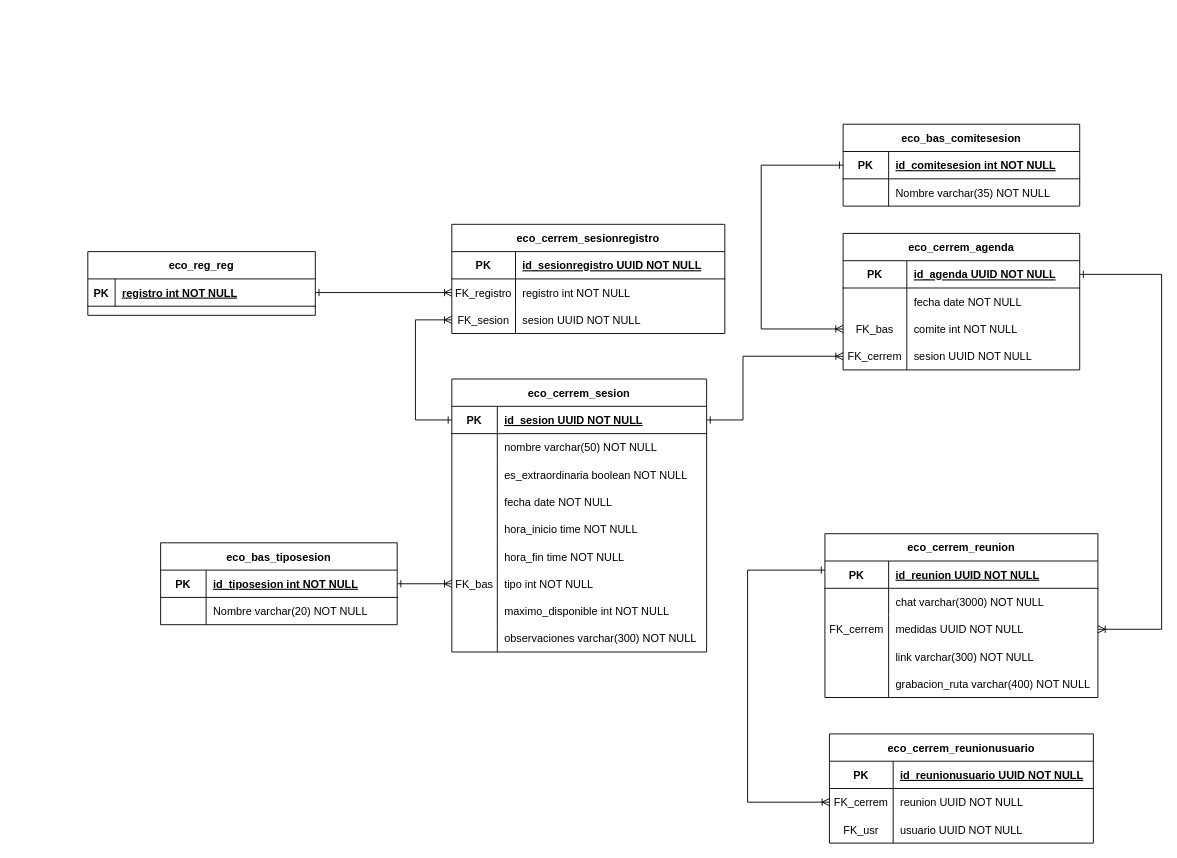
Before: SER/ER-CERREM-V2.drawio in HanaPinilla/Diagramas-DB, a draw.io diagram. Source tidied: cells renumbered, new cells numbered last; positions are measured from the earlier drawing's top-left corner, leaving out a move shared by most shapes. Both pictures are drawn from the tidied source at 91%, with x=0, y=0 at pixel (87, 124).
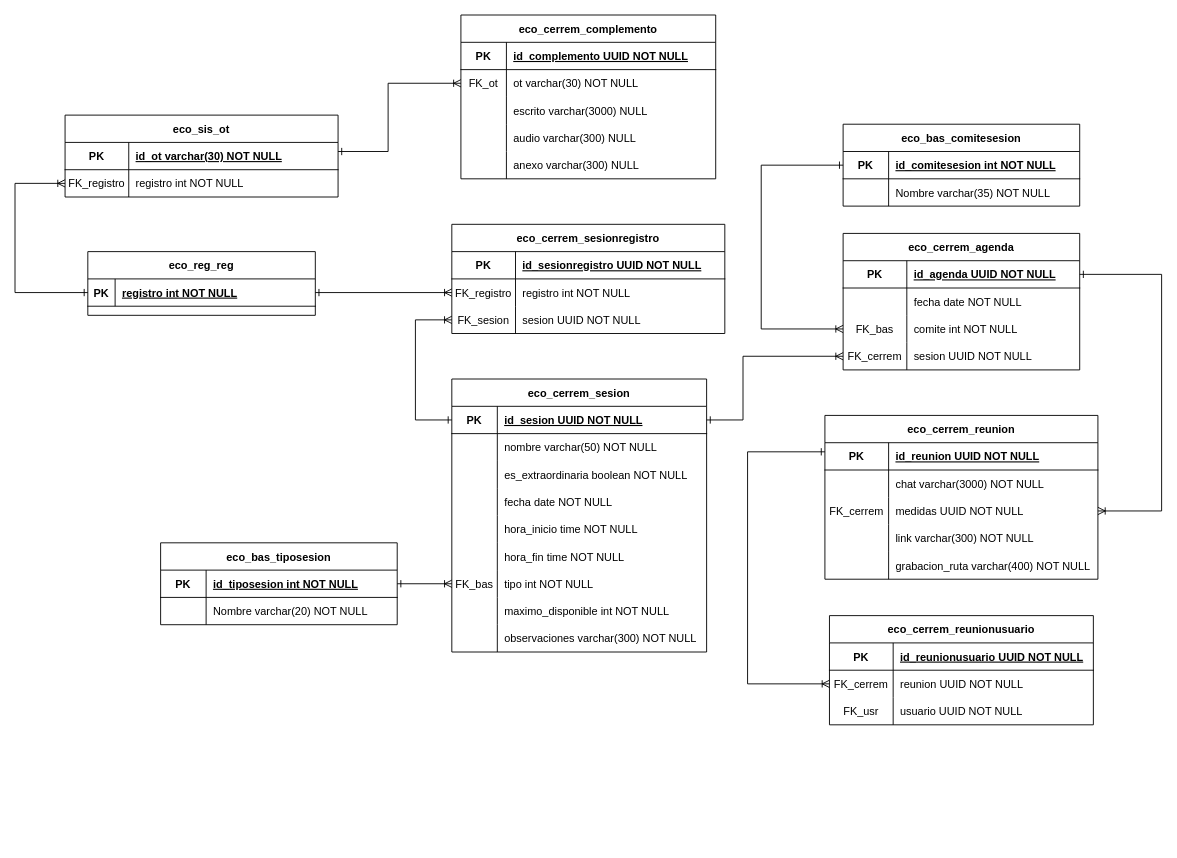
The same diagram, later.

Unchanged cells that the change refers to:
```xml
<mxCell id="41" style="shape=partialRectangle;fillColor=none;points=[[0,0.5],[1,0.5]];portConstraint=eastwest;top=0;left=0;right=0;bottom=1;" parent="40" vertex="1">
  <mxGeometry y="30" width="250" height="30" as="geometry" />
</mxCell>
<mxCell id="63" style="shape=partialRectangle;fillColor=none;points=[[0,0.5],[1,0.5]];portConstraint=eastwest;top=0;left=0;right=0;bottom=1;" parent="62" vertex="1">
  <mxGeometry y="30" width="260" height="30" as="geometry" />
</mxCell>
<mxCell id="80" style="shape=partialRectangle;fillColor=none;points=[[0,0.5],[1,0.5]];portConstraint=eastwest;top=0;left=0;right=0;bottom=0;" parent="76" vertex="1">
  <mxGeometry y="60" width="290" height="30" as="geometry" />
</mxCell>
<mxCell id="87" style="shape=partialRectangle;fillColor=none;points=[[0,0.5],[1,0.5]];portConstraint=eastwest;top=0;left=0;right=0;bottom=1;" parent="86" vertex="1">
  <mxGeometry y="30" width="300" height="30" as="geometry" />
</mxCell>
<mxCell id="93" style="shape=partialRectangle;fillColor=none;points=[[0,0.5],[1,0.5]];portConstraint=eastwest;top=0;left=0;right=0;bottom=0;" parent="86" vertex="1">
  <mxGeometry y="90" width="300" height="30" as="geometry" />
</mxCell>
```

The edit, as a diff of the source:
```diff
@@
     <mxCell id="76" value="eco_cerrem_reunionusuario" style="shape=table;startSize=30;childLayout=tableLayout;rowLines=0;fontStyle=1;align=center;" parent="1" vertex="1">
-      <mxGeometry x="815" y="670" width="290" height="120" as="geometry" />
+      <mxGeometry x="815" y="540" width="290" height="120" as="geometry" />
     </mxCell>
@@
     <mxCell id="86" value="eco_cerrem_reunion" style="shape=table;startSize=30;childLayout=tableLayout;rowLines=0;fontStyle=1;align=center;" parent="1" vertex="1">
-      <mxGeometry x="810" y="450" width="300" height="180" as="geometry" />
+      <mxGeometry x="810" y="320" width="300" height="180" as="geometry" />
     </mxCell>
@@
     <mxCell id="102" style="rounded=0;jettySize=auto;html=1;endArrow=ERoneToMany;endFill=0;startArrow=ERone;startFill=0;edgeStyle=orthogonalEdgeStyle;elbow=vertical;" parent="1" edge="1" source="87" target="80">
       <mxGeometry relative="1" as="geometry">
         <Array as="points">
-          <mxPoint x="725" y="490" />
-          <mxPoint x="725" y="745" />
+          <mxPoint x="725" y="360" />
+          <mxPoint x="725" y="615" />
         </Array>
       </mxGeometry>
     </mxCell>
     <mxCell id="103" style="rounded=0;jettySize=auto;html=1;endArrow=ERoneToMany;endFill=0;startArrow=ERone;startFill=0;edgeStyle=orthogonalEdgeStyle;elbow=vertical;" parent="1" edge="1" source="63" target="93">
       <mxGeometry relative="1" as="geometry">
         <Array as="points">
           <mxPoint x="1180" y="165" />
-          <mxPoint x="1180" y="555" />
+          <mxPoint x="1180" y="425" />
         </Array>
       </mxGeometry>
     </mxCell>
+    <mxCell id="104" value="eco_sis_ot" style="shape=table;startSize=30;childLayout=tableLayout;rowLines=0;fontStyle=1;align=center;" parent="1" vertex="1">
+      <mxGeometry x="-25" y="-10" width="300" height="90" as="geometry" />
+    </mxCell>
+    <mxCell id="105" style="shape=partialRectangle;fillColor=none;points=[[0,0.5],[1,0.5]];portConstraint=eastwest;top=0;left=0;right=0;bottom=1;" parent="104" vertex="1">
+      <mxGeometry y="30" width="300" height="30" as="geometry" />
+    </mxCell>
+    <mxCell id="106" value="PK" style="shape=partialRectangle;overflow=hidden;fillColor=none;top=0;left=0;bottom=0;right=0;fontStyle=1;" parent="105" vertex="1">
+      <mxGeometry width="70" height="30" as="geometry" />
+    </mxCell>
+    <mxCell id="107" value="id_ot varchar(30) NOT NULL " style="shape=partialRectangle;overflow=hidden;fillColor=none;top=0;left=0;bottom=0;right=0;align=left;spacingLeft=6;fontStyle=5;" parent="105" vertex="1">
+      <mxGeometry x="70" width="230" height="30" as="geometry" />
+    </mxCell>
+    <mxCell id="108" style="shape=partialRectangle;fillColor=none;points=[[0,0.5],[1,0.5]];portConstraint=eastwest;top=0;left=0;right=0;bottom=0;" parent="104" vertex="1">
+      <mxGeometry y="60" width="300" height="30" as="geometry" />
+    </mxCell>
+    <mxCell id="109" value="FK_registro" style="shape=partialRectangle;overflow=hidden;fillColor=none;top=0;left=0;bottom=0;right=0;" parent="108" vertex="1">
+      <mxGeometry width="70" height="30" as="geometry" />
+    </mxCell>
+    <mxCell id="110" value="registro int NOT NULL" style="shape=partialRectangle;overflow=hidden;fillColor=none;top=0;left=0;bottom=0;right=0;align=left;spacingLeft=6;" parent="108" vertex="1">
+      <mxGeometry x="70" width="230" height="30" as="geometry" />
+    </mxCell>
+    <mxCell id="111" style="rounded=0;jettySize=auto;html=1;endArrow=ERoneToMany;endFill=0;startArrow=ERone;startFill=0;edgeStyle=orthogonalEdgeStyle;elbow=vertical;" parent="1" edge="1" source="41" target="108">
+      <mxGeometry relative="1" as="geometry">
+        <Array as="points">
+          <mxPoint x="-80" y="185" />
+          <mxPoint x="-80" y="65" />
+        </Array>
+      </mxGeometry>
+    </mxCell>
+    <mxCell id="112" value="eco_cerrem_complemento" style="shape=table;startSize=30;childLayout=tableLayout;rowLines=0;fontStyle=1;align=center;" parent="1" vertex="1">
+      <mxGeometry x="410" y="-120" width="280" height="180" as="geometry" />
+    </mxCell>
+    <mxCell id="113" style="shape=partialRectangle;fillColor=none;top=0;left=0;right=0;bottom=1;" parent="112" vertex="1">
+      <mxGeometry y="30" width="280" height="30" as="geometry" />
+    </mxCell>
+    <mxCell id="114" value="PK" style="shape=partialRectangle;overflow=hidden;fillColor=none;top=0;left=0;bottom=0;right=0;fontStyle=1;" parent="113" vertex="1">
+      <mxGeometry width="50" height="30" as="geometry" />
+    </mxCell>
+    <mxCell id="115" value="id_complemento UUID NOT NULL " style="shape=partialRectangle;overflow=hidden;fillColor=none;top=0;left=0;bottom=0;right=0;align=left;spacingLeft=6;fontStyle=5;" parent="113" vertex="1">
+      <mxGeometry x="50" width="230" height="30" as="geometry" />
+    </mxCell>
+    <mxCell id="116" style="shape=partialRectangle;fillColor=none;points=[[0,0.5],[1,0.5]];portConstraint=eastwest;top=0;left=0;right=0;bottom=0;" parent="112" vertex="1">
+      <mxGeometry y="60" width="280" height="30" as="geometry" />
+    </mxCell>
+    <mxCell id="117" value="FK_ot" style="shape=partialRectangle;overflow=hidden;fillColor=none;top=0;left=0;bottom=0;right=0;" parent="116" vertex="1">
+      <mxGeometry width="50" height="30" as="geometry" />
+    </mxCell>
+    <mxCell id="118" value="ot varchar(30) NOT NULL" style="shape=partialRectangle;overflow=hidden;fillColor=none;top=0;left=0;bottom=0;right=0;align=left;spacingLeft=6;" parent="116" vertex="1">
+      <mxGeometry x="50" width="230" height="30" as="geometry" />
+    </mxCell>
+    <mxCell id="119" style="shape=partialRectangle;fillColor=none;top=0;left=0;right=0;bottom=0;" parent="112" vertex="1">
+      <mxGeometry y="90" width="280" height="30" as="geometry" />
+    </mxCell>
+    <mxCell id="120" style="shape=partialRectangle;overflow=hidden;fillColor=none;top=0;left=0;bottom=0;right=0;" parent="119" vertex="1">
+      <mxGeometry width="50" height="30" as="geometry" />
+    </mxCell>
+    <mxCell id="121" value="escrito varchar(3000) NULL" style="shape=partialRectangle;overflow=hidden;fillColor=none;top=0;left=0;bottom=0;right=0;align=left;spacingLeft=6;" parent="119" vertex="1">
+      <mxGeometry x="50" width="230" height="30" as="geometry" />
+    </mxCell>
+    <mxCell id="122" style="shape=partialRectangle;fillColor=none;top=0;left=0;right=0;bottom=0;" parent="112" vertex="1">
+      <mxGeometry y="120" width="280" height="30" as="geometry" />
+    </mxCell>
+    <mxCell id="123" style="shape=partialRectangle;overflow=hidden;fillColor=none;top=0;left=0;bottom=0;right=0;" parent="122" vertex="1">
+      <mxGeometry width="50" height="30" as="geometry" />
+    </mxCell>
+    <mxCell id="124" value="audio varchar(300) NULL" style="shape=partialRectangle;overflow=hidden;fillColor=none;top=0;left=0;bottom=0;right=0;align=left;spacingLeft=6;" parent="122" vertex="1">
+      <mxGeometry x="50" width="230" height="30" as="geometry" />
+    </mxCell>
+    <mxCell id="125" style="shape=partialRectangle;fillColor=none;top=0;left=0;right=0;bottom=0;" parent="112" vertex="1">
+      <mxGeometry y="150" width="280" height="30" as="geometry" />
+    </mxCell>
+    <mxCell id="126" style="shape=partialRectangle;overflow=hidden;fillColor=none;top=0;left=0;bottom=0;right=0;" parent="125" vertex="1">
+      <mxGeometry width="50" height="30" as="geometry" />
+    </mxCell>
+    <mxCell id="127" value="anexo varchar(300) NULL" style="shape=partialRectangle;overflow=hidden;fillColor=none;top=0;left=0;bottom=0;right=0;align=left;spacingLeft=6;" parent="125" vertex="1">
+      <mxGeometry x="50" width="230" height="30" as="geometry" />
+    </mxCell>
+    <mxCell id="128" style="rounded=0;jettySize=auto;html=1;endArrow=ERoneToMany;endFill=0;startArrow=ERone;startFill=0;edgeStyle=orthogonalEdgeStyle;elbow=vertical;" parent="1" edge="1" source="105" target="116">
+      <mxGeometry relative="1" as="geometry">
+        <Array as="points">
+          <mxPoint x="330" y="30" />
+          <mxPoint x="330" y="-45" />
+        </Array>
+      </mxGeometry>
+    </mxCell>
```
